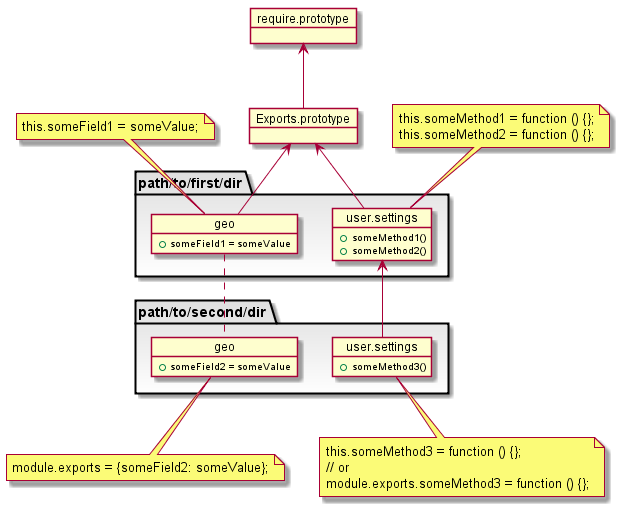
Above: uml/Inherit.png in B-Vladi/xscript-require (PlantUML), before the change.
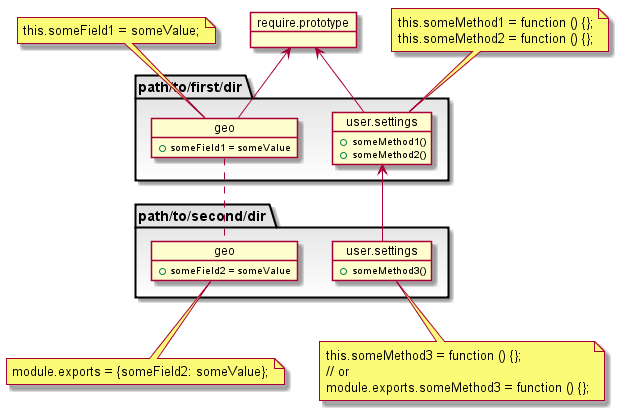
Later version of the same file.

What changed in the source:
```diff
@@ -1,7 +1,5 @@
 @startuml
 object require.prototype {
-}
-object Exports.prototype {
 }
 package "path/to/first/dir" #DFDFDF-ffffff {
   object "user.settings" as Settings_1 << (E,orchid) >> {
@@ -20,9 +18,8 @@
     +someField2 = someValue
   }
 }
-Exports.prototype <-- Settings_1
-Exports.prototype <-- Geo_1
-require.prototype <-- Exports.prototype
+require.prototype <-- Settings_1
+require.prototype <-- Geo_1
 Settings_1 <-- Settings_2
 Geo_1 .. Geo_2
 note top of Geo_1
```
